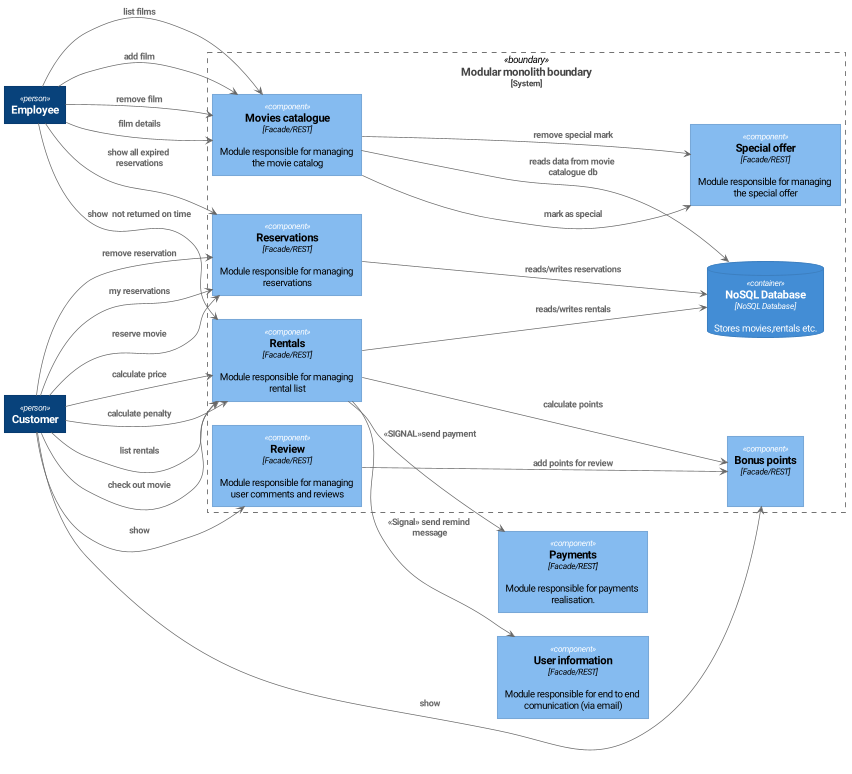
The PlantUML diagram doc/modules.png in mwwojcik/mw-ddd-by-examples-library, before a commit. Its diagram source:
```plantuml
@startuml





skinparam defaultTextAlignment center

skinparam wrapWidth 200
skinparam maxMessageSize 150

skinparam rectangle {
    StereotypeFontSize 12
    shadowing false
}

skinparam database {
    StereotypeFontSize 12
    shadowing false
}

skinparam Arrow {
    Color #666666
    FontColor #666666
    FontSize 12
}

skinparam rectangle<<boundary>> {
    Shadowing false
    StereotypeFontSize 0
    FontColor #444444
    BorderColor #444444
    BorderStyle dashed
}






















skinparam rectangle<<person>> {
    StereotypeFontColor #FFFFFF
    FontColor #FFFFFF
    BackgroundColor #08427B
    BorderColor #073B6F
}

skinparam rectangle<<external_person>> {
    StereotypeFontColor #FFFFFF
    FontColor #FFFFFF
    BackgroundColor #686868
    BorderColor #8A8A8A
}

skinparam rectangle<<system>> {
    StereotypeFontColor #FFFFFF
    FontColor #FFFFFF
    BackgroundColor #1168BD
    BorderColor #3C7FC0
}

skinparam rectangle<<external_system>> {
    StereotypeFontColor #FFFFFF
    FontColor #FFFFFF
    BackgroundColor #999999
    BorderColor #8A8A8A
}

skinparam database<<system>> {
    StereotypeFontColor #FFFFFF
    FontColor #FFFFFF
    BackgroundColor #1168BD
    BorderColor #3C7FC0
}

skinparam database<<external_system>> {
    StereotypeFontColor #FFFFFF
    FontColor #FFFFFF
    BackgroundColor #999999
    BorderColor #8A8A8A
}
















skinparam rectangle<<container>> {
    StereotypeFontColor #FFFFFF
    FontColor #FFFFFF
    BackgroundColor #438DD5
    BorderColor #3C7FC0
}

skinparam database<<container>> {
    StereotypeFontColor #FFFFFF
    FontColor #FFFFFF
    BackgroundColor #438DD5
    BorderColor #3C7FC0
}












skinparam rectangle<<component>> {
    StereotypeFontColor #FFFFFF
    FontColor #000000
    BackgroundColor #85BBF0
    BorderColor #78A8D8
}

skinparam database<<component>> {
    StereotypeFontColor #FFFFFF
    FontColor #000000
    BackgroundColor #85BBF0
    BorderColor #78A8D8
}






left to right direction

rectangle "==Employee" <<person>> as employee
rectangle "==Customer" <<person>> as customer

rectangle "==Modular monolith boundary\n<size:12>[System]</size>" <<boundary>> as c1 {

rectangle "==Movies catalogue\n//<size:12>[Facade/REST]</size>//\n\n Module responsible for managing the movie catalog" <<component>> as movies
rectangle "==Special offer\n//<size:12>[Facade/REST]</size>//\n\n Module responsible for managing the special offer" <<component>> as special
rectangle "==Review\n//<size:12>[Facade/REST]</size>//\n\n Module responsible for managing user comments and reviews" <<component>> as review
rectangle "==Reservations\n//<size:12>[Facade/REST]</size>//\n\n Module responsible for managing reservations" <<component>> as reservations
rectangle "==Rentals\n//<size:12>[Facade/REST]</size>//\n\n Module responsible for managing rental list " <<component>> as rentals
rectangle "==Bonus points\n//<size:12>[Facade/REST]</size>//\n\n " <<component>> as points

database "==NoSQL Database\n//<size:12>[NoSQL Database]</size>//\n\n Stores movies,rentals etc." <<container>> as database


employee --> movies : "===list films"
employee --> movies : "===add film"
employee --> movies : "===remove film"
employee --> movies : "===film details"

movies --> special : "===mark as special"
movies --> special : "===remove special mark"

customer --> review : "===show"
review --> points : "===add points for review"
customer --> reservations : "===my reservations"
customer --> reservations : "===reserve movie"
customer --> reservations : "===remove reservation"

customer --> rentals : "===list rentals"
customer --> rentals : "===check out movie"
rentals --> database : "===reads/writes rentals"

customer --> rentals : "===calculate price"
rentals --> points : "===calculate points"
customer --> points : "===show"
customer --> rentals : "===calculate penalty"
reservations --> database : "===reads/writes reservations"
employee --> reservations : "===show all expired reservations"
employee --> rentals : "===show  not returned on time"


movies --> database : "===reads data from movie catalogue db"
}
rectangle "==Payments\n//<size:12>[Facade/REST]</size>//\n\n Module responsible for payments realisation." <<component>> as payments
rentals --> payments : "===<<SIGNAL>>send payment"

rectangle "==User information\n//<size:12>[Facade/REST]</size>//\n\n Module responsible for end to end comunication (via email)" <<component>> as information
rentals --> information : "===<<Signal>> send remind message"

@enduml
```
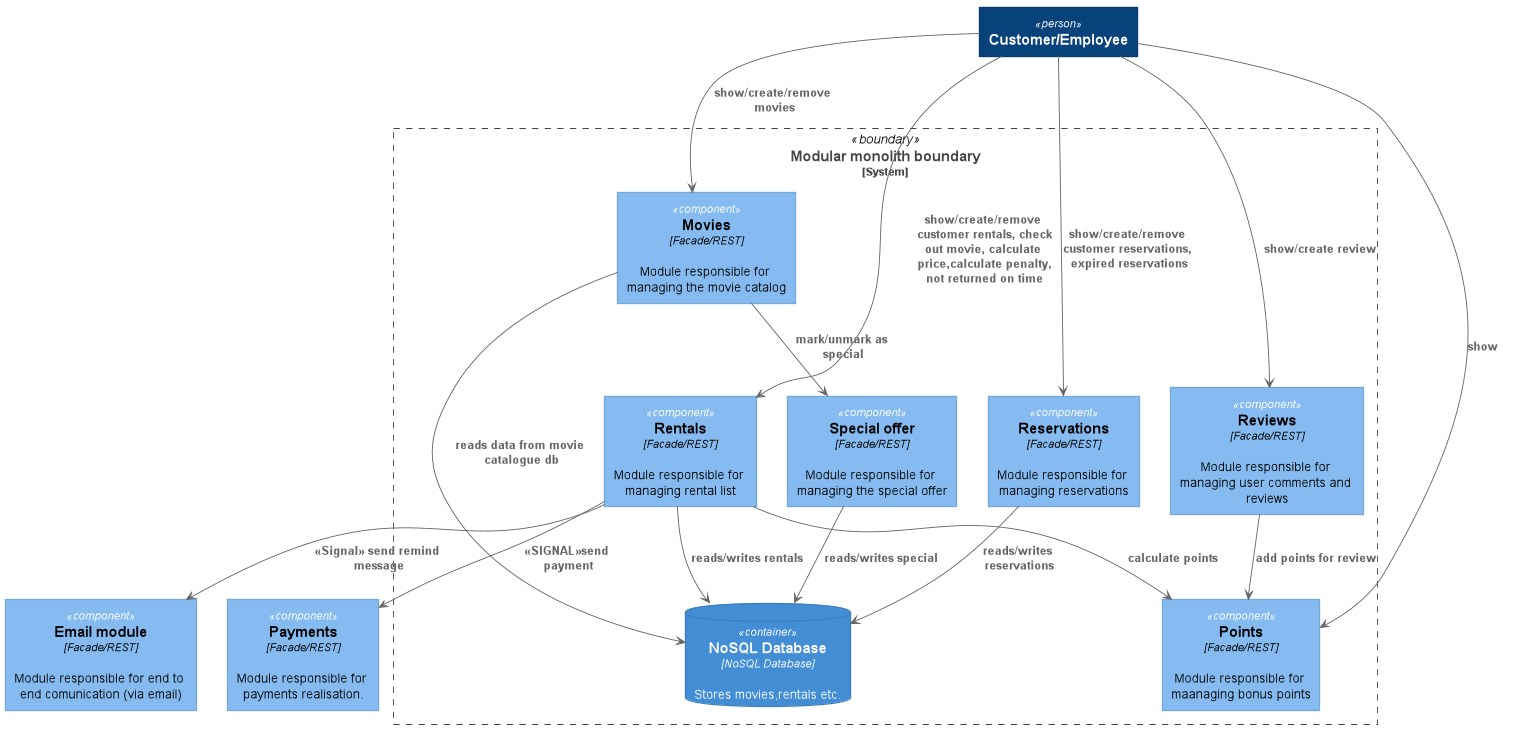
After the commit.

Diff of the diagram source:
```diff
@@ -155,56 +155,42 @@
 
 
 
-left to right direction
+top to bottom direction
 
-rectangle "==Employee" <<person>> as employee
-rectangle "==Customer" <<person>> as customer
+
+rectangle "==Customer/Employee" <<person>> as person
 
 rectangle "==Modular monolith boundary\n<size:12>[System]</size>" <<boundary>> as c1 {
 
-rectangle "==Movies catalogue\n//<size:12>[Facade/REST]</size>//\n\n Module responsible for managing the movie catalog" <<component>> as movies
+rectangle "==Movies\n//<size:12>[Facade/REST]</size>//\n\n Module responsible for managing the movie catalog" <<component>> as movies
 rectangle "==Special offer\n//<size:12>[Facade/REST]</size>//\n\n Module responsible for managing the special offer" <<component>> as special
-rectangle "==Review\n//<size:12>[Facade/REST]</size>//\n\n Module responsible for managing user comments and reviews" <<component>> as review
+rectangle "==Reviews\n//<size:12>[Facade/REST]</size>//\n\n Module responsible for managing user comments and reviews" <<component>> as review
 rectangle "==Reservations\n//<size:12>[Facade/REST]</size>//\n\n Module responsible for managing reservations" <<component>> as reservations
 rectangle "==Rentals\n//<size:12>[Facade/REST]</size>//\n\n Module responsible for managing rental list " <<component>> as rentals
-rectangle "==Bonus points\n//<size:12>[Facade/REST]</size>//\n\n " <<component>> as points
+rectangle "==Points\n//<size:12>[Facade/REST]</size>//\n\n Module responsible for maanaging bonus points" <<component>> as points
 
 database "==NoSQL Database\n//<size:12>[NoSQL Database]</size>//\n\n Stores movies,rentals etc." <<container>> as database
 
-
-employee --> movies : "===list films"
-employee --> movies : "===add film"
-employee --> movies : "===remove film"
-employee --> movies : "===film details"
-
-movies --> special : "===mark as special"
-movies --> special : "===remove special mark"
-
-customer --> review : "===show"
-review --> points : "===add points for review"
-customer --> reservations : "===my reservations"
-customer --> reservations : "===reserve movie"
-customer --> reservations : "===remove reservation"
-
-customer --> rentals : "===list rentals"
-customer --> rentals : "===check out movie"
-rentals --> database : "===reads/writes rentals"
-
-customer --> rentals : "===calculate price"
-rentals --> points : "===calculate points"
-customer --> points : "===show"
-customer --> rentals : "===calculate penalty"
-reservations --> database : "===reads/writes reservations"
-employee --> reservations : "===show all expired reservations"
-employee --> rentals : "===show  not returned on time"
+person --> movies : "===show/create/remove movies"
 
 
+movies --> special : "===mark/unmark as special"
+person --> reservations : "===show/create/remove customer reservations, expired reservations"
+person --> rentals : "===show/create/remove customer rentals, check out movie, calculate price,calculate penalty, not returned on time"
+person --> review : "===show/create review"
+review --> points : "===add points for review"
+rentals --> database : "===reads/writes rentals"
+rentals --> points : "===calculate points"
+person --> points : "===show"
+reservations --> database : "===reads/writes reservations"
 movies --> database : "===reads data from movie catalogue db"
+special --> database : "===reads/writes special"
+
 }
 rectangle "==Payments\n//<size:12>[Facade/REST]</size>//\n\n Module responsible for payments realisation." <<component>> as payments
 rentals --> payments : "===<<SIGNAL>>send payment"
 
-rectangle "==User information\n//<size:12>[Facade/REST]</size>//\n\n Module responsible for end to end comunication (via email)" <<component>> as information
+rectangle "==Email module\n//<size:12>[Facade/REST]</size>//\n\n Module responsible for end to end comunication (via email)" <<component>> as information
 rentals --> information : "===<<Signal>> send remind message"
 
 @enduml
```
